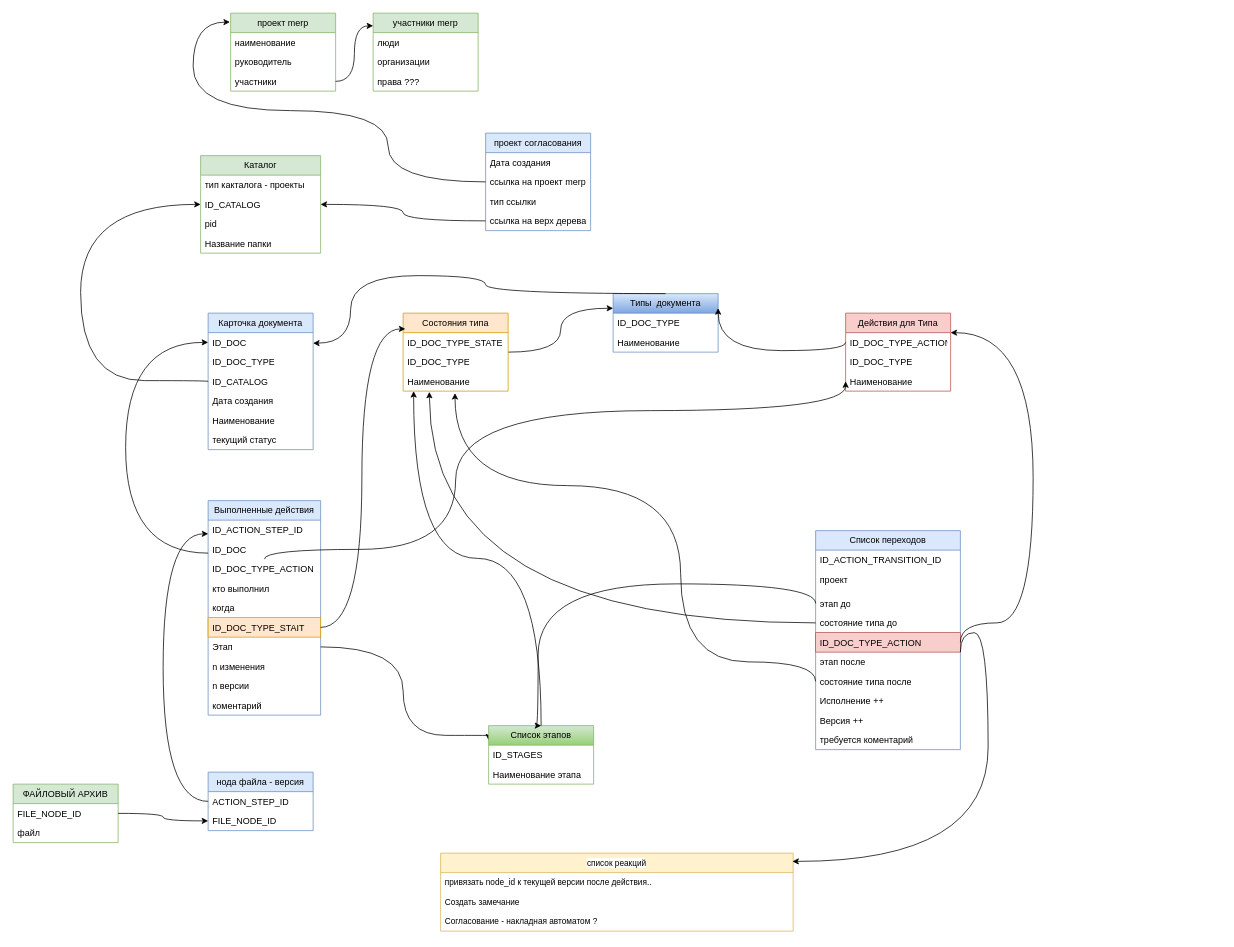
The draw.io diagram сущность проектной документации.drawio in sashok74/diagrams, before the edit. Source tidied: cells renumbered, new cells numbered last; positions are measured from the earlier drawing's top-left corner, leaving out a move shared by most shapes. Both pictures are drawn from the tidied source at 75%, with x=0, y=0 at pixel (13, 13).
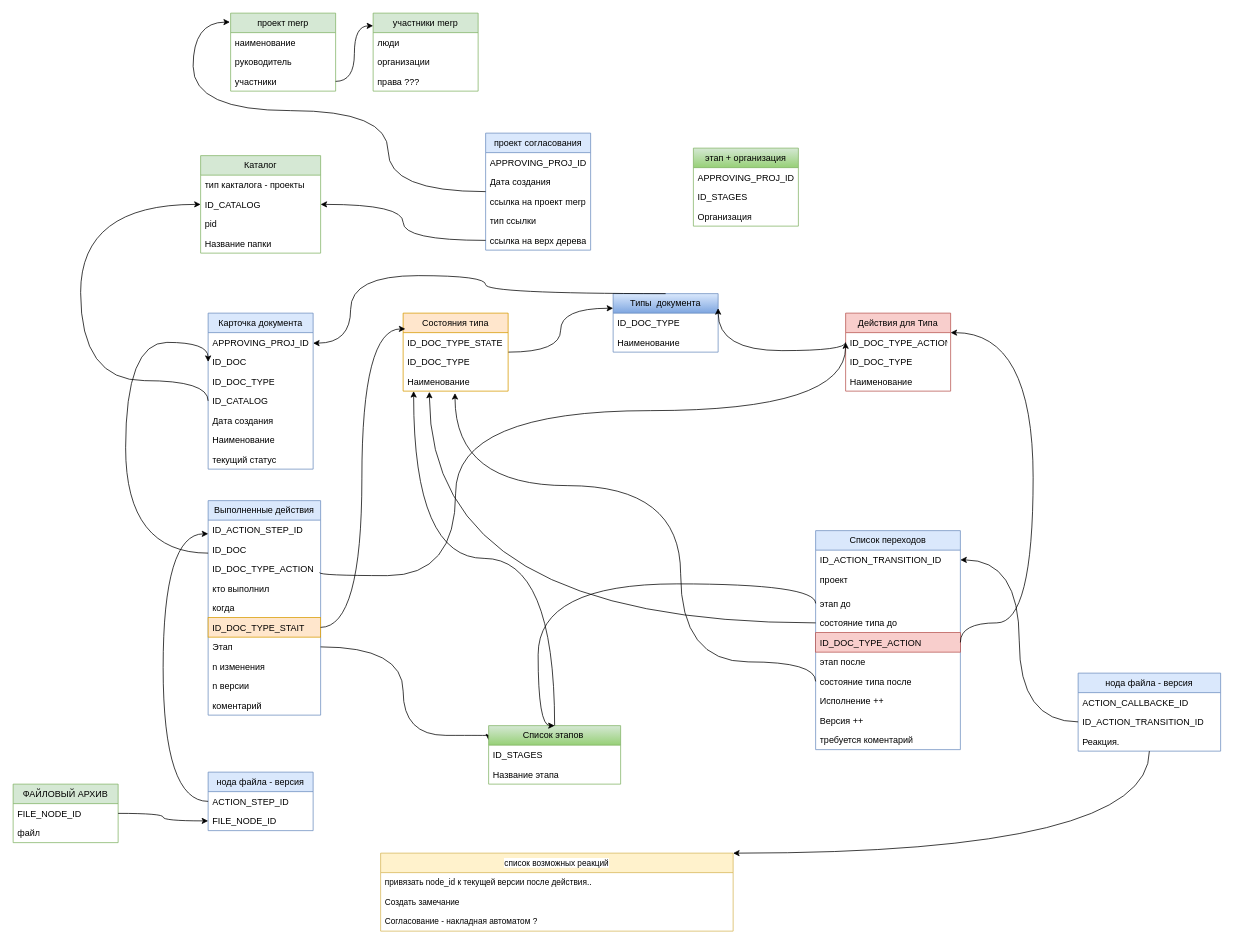
After the change.

Unchanged cells that the change refers to:
```xml
<mxCell id="34" value="ID_DOC_TYPE_ACTION" style="text;strokeColor=none;fillColor=none;align=left;verticalAlign=top;spacingLeft=4;spacingRight=4;overflow=hidden;points=[[0,0.5],[1,0.5]];portConstraint=eastwest;whiteSpace=wrap;html=1;" parent="33" vertex="1">
  <mxGeometry y="26" width="140" height="26" as="geometry" />
</mxCell>
<mxCell id="36" value="Наименование" style="text;strokeColor=none;fillColor=none;align=left;verticalAlign=top;spacingLeft=4;spacingRight=4;overflow=hidden;points=[[0,0.5],[1,0.5]];portConstraint=eastwest;whiteSpace=wrap;html=1;" parent="33" vertex="1">
  <mxGeometry y="78" width="140" height="26" as="geometry" />
</mxCell>
<mxCell id="46" value="ID_DOC_TYPE_ACTION" style="text;strokeColor=none;fillColor=none;align=left;verticalAlign=top;spacingLeft=4;spacingRight=4;overflow=hidden;points=[[0,0.5],[1,0.5]];portConstraint=eastwest;whiteSpace=wrap;html=1;" parent="43" vertex="1">
  <mxGeometry y="78" width="150" height="26" as="geometry" />
</mxCell>
<mxCell id="64" value="&lt;div&gt;ID_ACTION_TRANSITION_ID&lt;/div&gt;&lt;div&gt;&lt;br&gt;&lt;/div&gt;&lt;div&gt;&lt;br&gt;&lt;br&gt;&lt;/div&gt;" style="text;strokeColor=none;fillColor=none;align=left;verticalAlign=top;spacingLeft=4;spacingRight=4;overflow=hidden;points=[[0,0.5],[1,0.5]];portConstraint=eastwest;whiteSpace=wrap;html=1;" parent="63" vertex="1">
  <mxGeometry y="26" width="193" height="26" as="geometry" />
</mxCell>
<mxCell id="69" value="этап после" style="text;align=left;verticalAlign=top;spacingLeft=4;spacingRight=4;overflow=hidden;points=[[0,0.5],[1,0.5]];portConstraint=eastwest;whiteSpace=wrap;html=1;" parent="63" vertex="1">
  <mxGeometry y="162" width="193" height="26" as="geometry" />
</mxCell>
```

What changed in the source:
```diff
@@
     <mxCell id="11" value="проект согласования" style="swimlane;fontStyle=0;horizontal=1;startSize=26;fillColor=#dae8fc;whiteSpace=wrap;html=1;strokeColor=#6c8ebf;" parent="1" vertex="1">
-      <mxGeometry x="630" y="160" width="140" height="130" as="geometry" />
+      <mxGeometry x="630" y="160" width="140" height="156" as="geometry" />
     </mxCell>
+    <mxCell id="92" value="APPROVING_PROJ_ID" style="text;strokeColor=none;fillColor=none;align=left;verticalAlign=top;spacingLeft=4;spacingRight=4;overflow=hidden;whiteSpace=wrap;html=1;" parent="11" vertex="1">
+      <mxGeometry y="26" width="140" height="26" as="geometry" />
+    </mxCell>
     <mxCell id="12" value="Дата создания" style="text;strokeColor=none;fillColor=none;align=left;verticalAlign=top;spacingLeft=4;spacingRight=4;overflow=hidden;whiteSpace=wrap;html=1;" parent="11" vertex="1">
-      <mxGeometry y="26" width="140" height="26" as="geometry" />
+      <mxGeometry y="52" width="140" height="26" as="geometry" />
     </mxCell>
     <mxCell id="13" value="ссылка на проект merp" style="text;strokeColor=none;fillColor=none;align=left;verticalAlign=top;spacingLeft=4;spacingRight=4;overflow=hidden;whiteSpace=wrap;html=1;" parent="11" vertex="1">
-      <mxGeometry y="52" width="140" height="26" as="geometry" />
+      <mxGeometry y="78" width="140" height="26" as="geometry" />
     </mxCell>
     <mxCell id="14" value="тип ссылки" style="text;strokeColor=none;fillColor=none;align=left;verticalAlign=top;spacingLeft=4;spacingRight=4;overflow=hidden;whiteSpace=wrap;html=1;" parent="11" vertex="1">
-      <mxGeometry y="78" width="140" height="26" as="geometry" />
+      <mxGeometry y="104" width="140" height="26" as="geometry" />
     </mxCell>
     <mxCell id="15" value="ссылка на верх дерева" style="text;strokeColor=none;fillColor=none;align=left;verticalAlign=top;spacingLeft=4;spacingRight=4;overflow=hidden;points=[[0,0.5],[1,0.5]];portConstraint=eastwest;whiteSpace=wrap;html=1;" parent="11" vertex="1">
-      <mxGeometry y="104" width="140" height="26" as="geometry" />
+      <mxGeometry y="130" width="140" height="26" as="geometry" />
     </mxCell>
@@
     <mxCell id="23" value="Карточка документа" style="swimlane;fontStyle=0;horizontal=1;startSize=26;fillColor=#dae8fc;whiteSpace=wrap;html=1;strokeColor=#6c8ebf;" parent="1" vertex="1">
-      <mxGeometry x="260" y="400" width="140" height="182" as="geometry" />
+      <mxGeometry x="260" y="400" width="140" height="208" as="geometry" />
     </mxCell>
+    <mxCell id="93" value="APPROVING_PROJ_ID" style="text;strokeColor=none;fillColor=none;align=left;verticalAlign=top;spacingLeft=4;spacingRight=4;overflow=hidden;whiteSpace=wrap;html=1;" parent="23" vertex="1">
+      <mxGeometry y="26" width="140" height="26" as="geometry" />
+    </mxCell>
     <mxCell id="24" value="&lt;div&gt;ID_DOC&lt;/div&gt;&lt;div&gt;&lt;br&gt;&lt;/div&gt;" style="text;strokeColor=none;fillColor=none;align=left;verticalAlign=top;spacingLeft=4;spacingRight=4;overflow=hidden;points=[[0,0.5],[1,0.5]];portConstraint=eastwest;whiteSpace=wrap;html=1;" parent="23" vertex="1">
-      <mxGeometry y="26" width="140" height="26" as="geometry" />
+      <mxGeometry y="52" width="140" height="26" as="geometry" />
     </mxCell>
     <mxCell id="25" value="&lt;div&gt;ID_DOC_TYPE&lt;/div&gt;&lt;div&gt;&lt;br&gt;&lt;/div&gt;" style="text;strokeColor=none;fillColor=none;align=left;verticalAlign=top;spacingLeft=4;spacingRight=4;overflow=hidden;whiteSpace=wrap;html=1;" parent="23" vertex="1">
-      <mxGeometry y="52" width="140" height="26" as="geometry" />
+      <mxGeometry y="78" width="140" height="26" as="geometry" />
     </mxCell>
     <mxCell id="26" value="ID_CATALOG" style="text;strokeColor=none;fillColor=none;align=left;verticalAlign=top;spacingLeft=4;spacingRight=4;overflow=hidden;points=[[0,0.5],[1,0.5]];portConstraint=eastwest;whiteSpace=wrap;html=1;" parent="23" vertex="1">
-      <mxGeometry y="78" width="140" height="26" as="geometry" />
+      <mxGeometry y="104" width="140" height="26" as="geometry" />
     </mxCell>
     <mxCell id="27" value="Дата создания" style="text;strokeColor=none;fillColor=none;align=left;verticalAlign=top;spacingLeft=4;spacingRight=4;overflow=hidden;whiteSpace=wrap;html=1;" parent="23" vertex="1">
-      <mxGeometry y="104" width="140" height="26" as="geometry" />
+      <mxGeometry y="130" width="140" height="26" as="geometry" />
     </mxCell>
     <mxCell id="28" value="Наименование" style="text;strokeColor=none;fillColor=none;align=left;verticalAlign=top;spacingLeft=4;spacingRight=4;overflow=hidden;whiteSpace=wrap;html=1;" parent="23" vertex="1">
-      <mxGeometry y="130" width="140" height="26" as="geometry" />
+      <mxGeometry y="156" width="140" height="26" as="geometry" />
     </mxCell>
     <mxCell id="29" value="&lt;div&gt;текущий статус&lt;/div&gt;&lt;div&gt;&lt;br&gt;&lt;/div&gt;" style="text;strokeColor=none;fillColor=none;align=left;verticalAlign=top;spacingLeft=4;spacingRight=4;overflow=hidden;whiteSpace=wrap;html=1;" parent="23" vertex="1">
-      <mxGeometry y="156" width="140" height="26" as="geometry" />
+      <mxGeometry y="182" width="140" height="26" as="geometry" />
     </mxCell>
@@
-    <mxCell id="39" value="список реакций" style="swimlane;fontStyle=0;horizontal=1;startSize=26;fillColor=#fff2cc;whiteSpace=wrap;html=1;fontFamily=Helvetica;fontSize=11;labelBackgroundColor=default;strokeColor=#d6b656;" parent="1" vertex="1">
-      <mxGeometry x="570" y="1120" width="470" height="104" as="geometry" />
+    <mxCell id="39" value="список возможных реакций" style="swimlane;fontStyle=0;horizontal=1;startSize=26;fillColor=#fff2cc;whiteSpace=wrap;html=1;fontFamily=Helvetica;fontSize=11;labelBackgroundColor=default;strokeColor=#d6b656;" parent="1" vertex="1">
+      <mxGeometry x="490" y="1120" width="470" height="104" as="geometry" />
     </mxCell>
@@
-    <mxCell id="62" style="edgeStyle=orthogonalEdgeStyle;shape=connector;curved=1;rounded=0;jettySize=auto;html=1;entryX=0;entryY=0.5;entryDx=0;entryDy=0;strokeColor=default;align=center;verticalAlign=middle;fontFamily=Helvetica;fontSize=11;fontColor=default;labelBackgroundColor=default;endArrow=classic;" parent="1" edge="1" source="46" target="36">
+    <mxCell id="62" style="edgeStyle=orthogonalEdgeStyle;shape=connector;curved=1;rounded=0;jettySize=auto;html=1;entryX=0;entryY=0.5;entryDx=0;entryDy=0;strokeColor=default;align=center;verticalAlign=middle;fontFamily=Helvetica;fontSize=11;fontColor=default;labelBackgroundColor=default;endArrow=classic;exitX=0.99;exitY=0.691;exitDx=0;exitDy=0;exitPerimeter=0;" parent="1" edge="1" source="46" target="34">
       <mxGeometry relative="1" as="geometry">
         <Array as="points">
-          <mxPoint x="590" y="715" />
+          <mxPoint x="409" y="750" />
+          <mxPoint x="590" y="750" />
           <mxPoint x="590" y="530" />
+          <mxPoint x="1110" y="530" />
         </Array>
       </mxGeometry>
     </mxCell>
@@
-    <mxCell id="75" value="Список этапов" style="swimlane;fontStyle=0;horizontal=1;startSize=26;fillColor=#d5e8d4;whiteSpace=wrap;html=1;strokeColor=#82b366;gradientColor=#97d077;" parent="1" vertex="1">
-      <mxGeometry x="634" y="950" width="140" height="78" as="geometry" />
+    <mxCell id="75" value="Список этапов&amp;nbsp;" style="swimlane;fontStyle=0;horizontal=1;startSize=26;fillColor=#d5e8d4;whiteSpace=wrap;html=1;strokeColor=#82b366;gradientColor=#97d077;" parent="1" vertex="1">
+      <mxGeometry x="634" y="950" width="176" height="78" as="geometry" />
     </mxCell>
     <mxCell id="76" value="ID_&lt;span style=&quot;white-space: pre-wrap;&quot;&gt;&lt;/span&gt;&lt;span style=&quot;white-space: pre-wrap;&quot; class=&quot;aNeGP0gI0B9AV8JaHPyH&quot;&gt;STAGES&lt;/span&gt;" style="text;strokeColor=none;fillColor=none;align=left;verticalAlign=top;spacingLeft=4;spacingRight=4;overflow=hidden;whiteSpace=wrap;html=1;" parent="75" vertex="1">
-      <mxGeometry y="26" width="140" height="26" as="geometry" />
+      <mxGeometry y="26" width="176" height="26" as="geometry" />
     </mxCell>
-    <mxCell id="77" value="Наименование этапа" style="text;strokeColor=none;fillColor=none;align=left;verticalAlign=top;spacingLeft=4;spacingRight=4;overflow=hidden;whiteSpace=wrap;html=1;" parent="75" vertex="1">
-      <mxGeometry y="52" width="140" height="26" as="geometry" />
+    <mxCell id="77" value="Название этапа" style="text;strokeColor=none;fillColor=none;align=left;verticalAlign=top;spacingLeft=4;spacingRight=4;overflow=hidden;whiteSpace=wrap;html=1;" parent="75" vertex="1">
+      <mxGeometry y="52" width="176" height="26" as="geometry" />
     </mxCell>
@@
-    <mxCell id="82" style="edgeStyle=orthogonalEdgeStyle;shape=connector;curved=1;rounded=0;jettySize=auto;html=1;entryX=0.998;entryY=0.106;entryDx=0;entryDy=0;entryPerimeter=0;strokeColor=default;align=center;verticalAlign=middle;fontFamily=Helvetica;fontSize=11;fontColor=default;labelBackgroundColor=default;endArrow=classic;exitX=1;exitY=0;exitDx=0;exitDy=0;exitPerimeter=0;" parent="1" edge="1" source="69" target="39">
-      <mxGeometry relative="1" as="geometry">
-        <Array as="points">
-          <mxPoint x="1300" y="826" />
-          <mxPoint x="1300" y="1131" />
-        </Array>
-      </mxGeometry>
-    </mxCell>
@@
+    <mxCell id="94" value="нода файла - версия" style="swimlane;fontStyle=0;horizontal=1;startSize=26;fillColor=#dae8fc;whiteSpace=wrap;html=1;strokeColor=#6c8ebf;" parent="1" vertex="1">
+      <mxGeometry x="1420" y="880" width="190" height="104" as="geometry" />
+    </mxCell>
+    <mxCell id="95" value="&lt;div&gt;ACTION_CALLBACKE_ID&lt;/div&gt;&lt;div&gt;&lt;br&gt;&lt;/div&gt;&lt;div&gt;&lt;br&gt;&lt;br&gt;&lt;/div&gt;" style="text;strokeColor=none;fillColor=none;align=left;verticalAlign=top;spacingLeft=4;spacingRight=4;overflow=hidden;whiteSpace=wrap;html=1;" parent="94" vertex="1">
+      <mxGeometry y="26" width="190" height="26" as="geometry" />
+    </mxCell>
+    <mxCell id="96" value="&lt;div&gt;ID_ACTION_TRANSITION_ID&lt;/div&gt;&lt;div&gt;&lt;br&gt;&lt;/div&gt;&lt;div&gt;&lt;br&gt;&lt;br&gt;&lt;/div&gt;" style="text;strokeColor=none;fillColor=none;align=left;verticalAlign=top;spacingLeft=4;spacingRight=4;overflow=hidden;points=[[0,0.5],[1,0.5]];portConstraint=eastwest;whiteSpace=wrap;html=1;" parent="94" vertex="1">
+      <mxGeometry y="52" width="190" height="26" as="geometry" />
+    </mxCell>
+    <mxCell id="97" value="Реакция." style="text;strokeColor=none;fillColor=none;align=left;verticalAlign=top;spacingLeft=4;spacingRight=4;overflow=hidden;points=[[0,0.5],[1,0.5]];portConstraint=eastwest;whiteSpace=wrap;html=1;" parent="94" vertex="1">
+      <mxGeometry y="78" width="190" height="26" as="geometry" />
+    </mxCell>
+    <mxCell id="98" style="edgeStyle=orthogonalEdgeStyle;shape=connector;curved=1;rounded=0;jettySize=auto;html=1;strokeColor=default;align=center;verticalAlign=middle;fontFamily=Helvetica;fontSize=11;fontColor=default;labelBackgroundColor=default;endArrow=classic;" parent="1" edge="1" source="96" target="64">
+      <mxGeometry relative="1" as="geometry" />
+    </mxCell>
+    <mxCell id="99" style="edgeStyle=orthogonalEdgeStyle;shape=connector;curved=1;rounded=0;jettySize=auto;html=1;strokeColor=default;align=center;verticalAlign=middle;fontFamily=Helvetica;fontSize=11;fontColor=default;labelBackgroundColor=default;endArrow=classic;entryX=1;entryY=0;entryDx=0;entryDy=0;" parent="1" edge="1" source="97" target="39">
+      <mxGeometry relative="1" as="geometry">
+        <Array as="points">
+          <mxPoint x="1515" y="1120" />
+        </Array>
+      </mxGeometry>
+    </mxCell>
+    <mxCell id="100" value="этап + организация" style="swimlane;fontStyle=0;horizontal=1;startSize=26;fillColor=#d5e8d4;whiteSpace=wrap;html=1;strokeColor=#82b366;gradientColor=#97d077;" parent="1" vertex="1">
+      <mxGeometry x="907" y="180" width="140" height="104" as="geometry" />
+    </mxCell>
+    <mxCell id="101" value="APPROVING_PROJ_ID" style="text;strokeColor=none;fillColor=none;align=left;verticalAlign=top;spacingLeft=4;spacingRight=4;overflow=hidden;whiteSpace=wrap;html=1;" parent="100" vertex="1">
+      <mxGeometry y="26" width="140" height="26" as="geometry" />
+    </mxCell>
+    <mxCell id="102" value="ID_&lt;span style=&quot;white-space: pre-wrap;&quot;&gt;&lt;/span&gt;&lt;span style=&quot;white-space: pre-wrap;&quot; class=&quot;aNeGP0gI0B9AV8JaHPyH&quot;&gt;STAGES&lt;/span&gt;" style="text;strokeColor=none;fillColor=none;align=left;verticalAlign=top;spacingLeft=4;spacingRight=4;overflow=hidden;whiteSpace=wrap;html=1;" parent="100" vertex="1">
+      <mxGeometry y="52" width="140" height="26" as="geometry" />
+    </mxCell>
+    <mxCell id="103" value="Организация" style="text;strokeColor=none;fillColor=none;align=left;verticalAlign=top;spacingLeft=4;spacingRight=4;overflow=hidden;whiteSpace=wrap;html=1;" parent="100" vertex="1">
+      <mxGeometry y="78" width="140" height="26" as="geometry" />
+    </mxCell>
```
